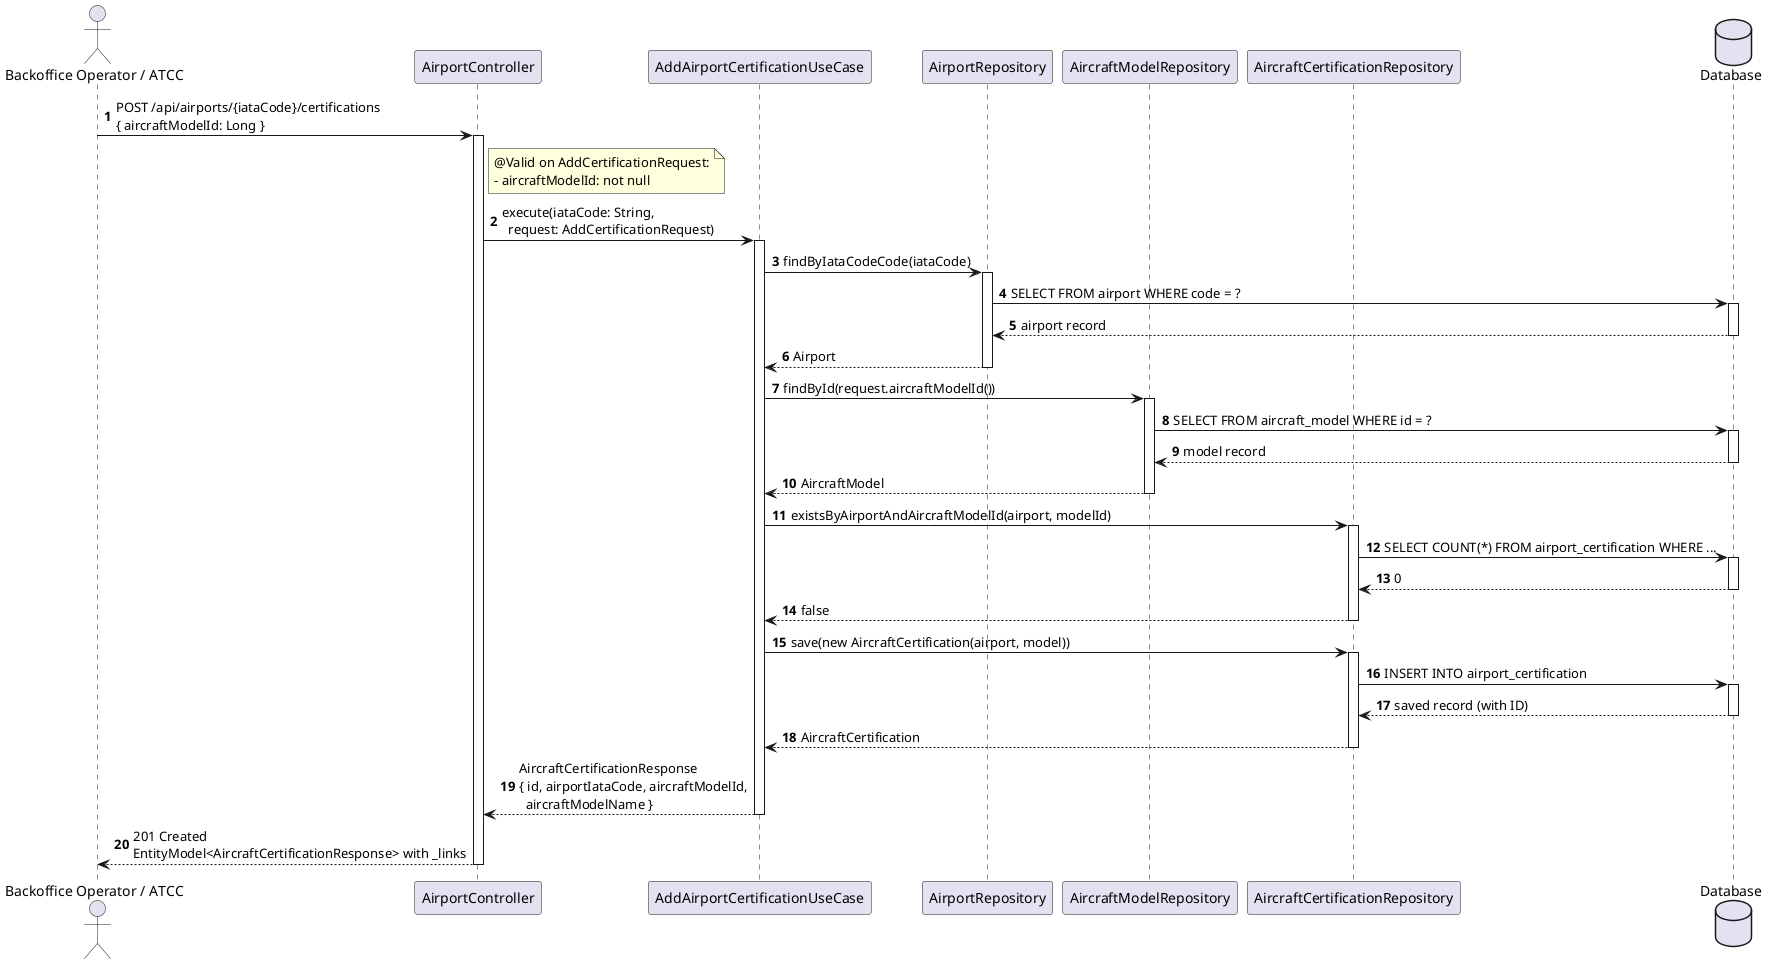
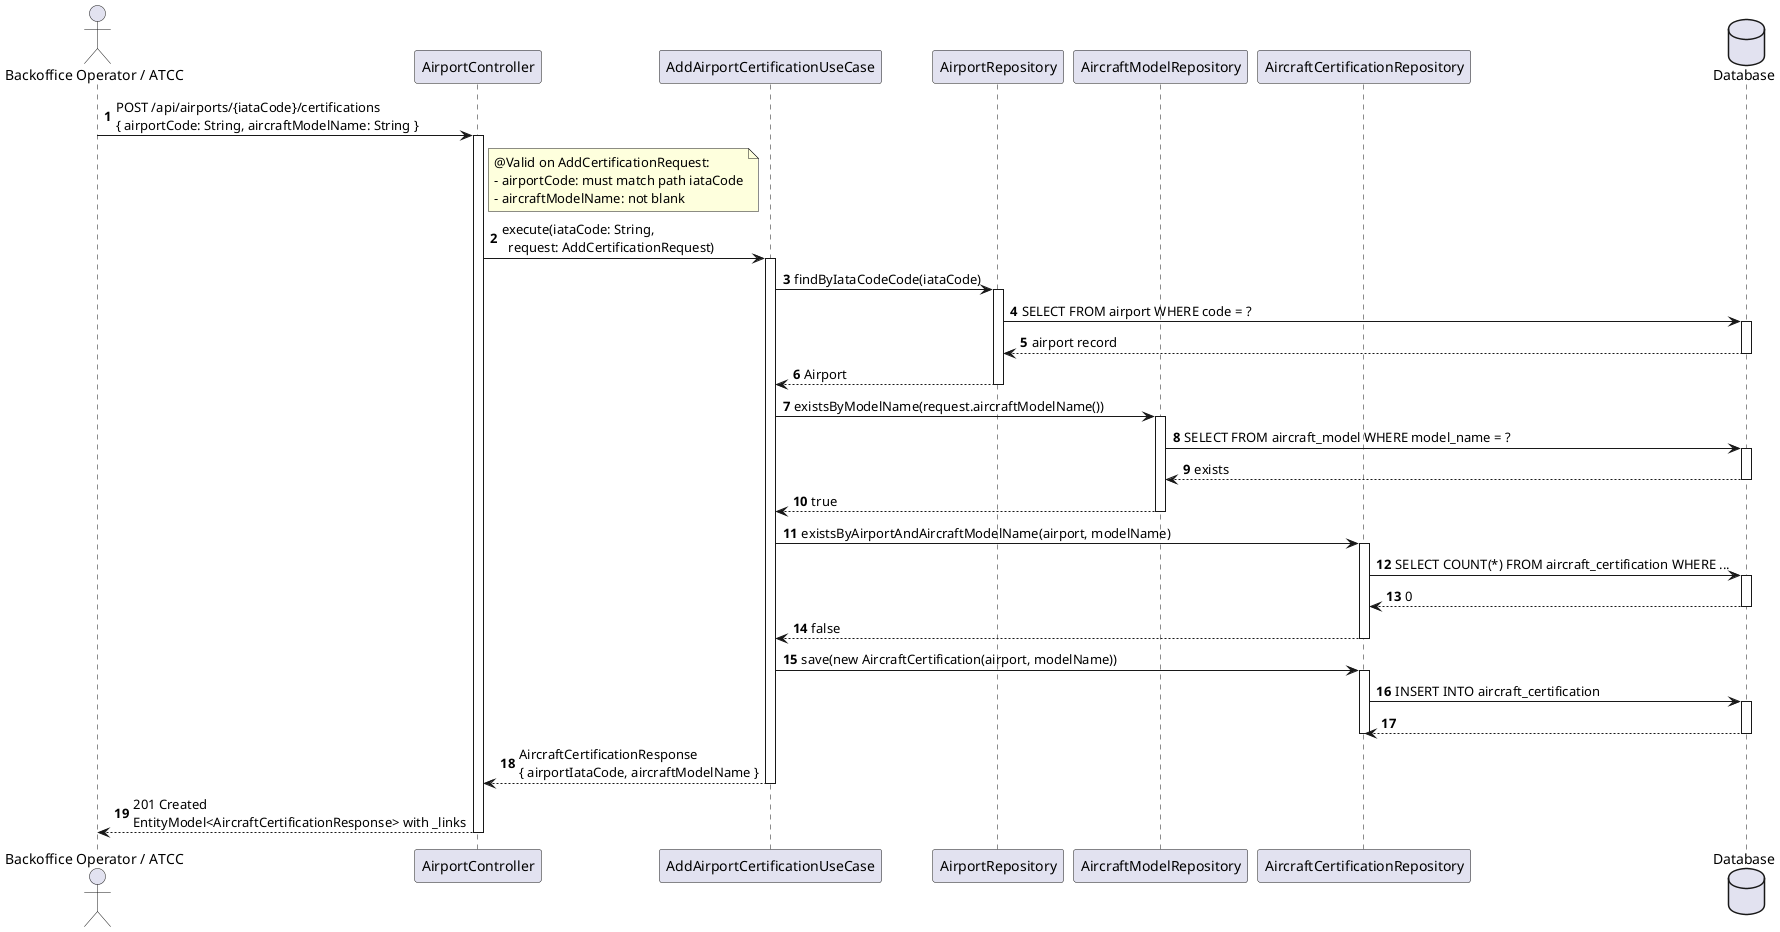
@startuml
autonumber
actor "Backoffice Operator / ATCC" as Actor
participant "AirportController" as Ctrl
participant "AddAirportCertificationUseCase" as UC
participant "AirportRepository" as AirportRepo
participant "AircraftModelRepository" as ModelRepo
participant "AircraftCertificationRepository" as CertRepo
database "Database" as DB

- Actor -> Ctrl : POST /api/airports/{iataCode}/certifications\n{ aircraftModelId: Long }
+ Actor -> Ctrl : POST /api/airports/{iataCode}/certifications\n{ airportCode: String, aircraftModelName: String }
activate Ctrl

note right of Ctrl
  @Valid on AddCertificationRequest:
-   - aircraftModelId: not null
+   - airportCode: must match path iataCode
+   - aircraftModelName: not blank
end note

Ctrl -> UC : execute(iataCode: String,\n  request: AddCertificationRequest)
activate UC

UC -> AirportRepo : findByIataCodeCode(iataCode)
activate AirportRepo
AirportRepo -> DB : SELECT FROM airport WHERE code = ?
activate DB
DB --> AirportRepo : airport record
deactivate DB
AirportRepo --> UC : Airport
deactivate AirportRepo

- UC -> ModelRepo : findById(request.aircraftModelId())
+ UC -> ModelRepo : existsByModelName(request.aircraftModelName())
activate ModelRepo
- ModelRepo -> DB : SELECT FROM aircraft_model WHERE id = ?
+ ModelRepo -> DB : SELECT FROM aircraft_model WHERE model_name = ?
activate DB
- DB --> ModelRepo : model record
+ DB --> ModelRepo : exists
deactivate DB
- ModelRepo --> UC : AircraftModel
+ ModelRepo --> UC : true
deactivate ModelRepo

- UC -> CertRepo : existsByAirportAndAircraftModelId(airport, modelId)
+ UC -> CertRepo : existsByAirportAndAircraftModelName(airport, modelName)
activate CertRepo
- CertRepo -> DB : SELECT COUNT(*) FROM airport_certification WHERE ...
+ CertRepo -> DB : SELECT COUNT(*) FROM aircraft_certification WHERE ...
activate DB
DB --> CertRepo : 0
deactivate DB
CertRepo --> UC : false
deactivate CertRepo

- UC -> CertRepo : save(new AircraftCertification(airport, model))
+ UC -> CertRepo : save(new AircraftCertification(airport, modelName))
activate CertRepo
- CertRepo -> DB : INSERT INTO airport_certification
+ CertRepo -> DB : INSERT INTO aircraft_certification
activate DB
- DB --> CertRepo : saved record (with ID)
+ DB --> CertRepo
deactivate DB
- CertRepo --> UC : AircraftCertification
deactivate CertRepo

- UC --> Ctrl : AircraftCertificationResponse\n{ id, airportIataCode, aircraftModelId,\n  aircraftModelName }
+ UC --> Ctrl : AircraftCertificationResponse\n{ airportIataCode, aircraftModelName }
deactivate UC

Ctrl --> Actor : 201 Created\nEntityModel<AircraftCertificationResponse> with _links
deactivate Ctrl
@enduml
